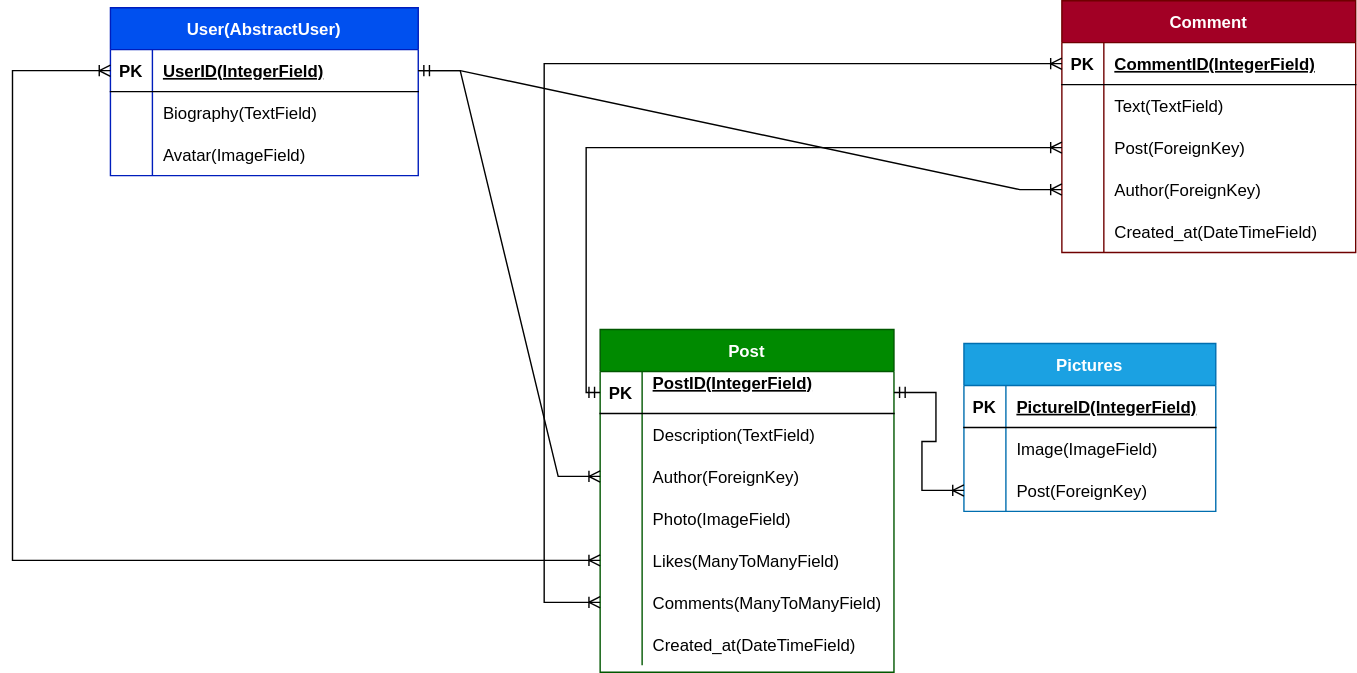
Earlier version of the draw.io export ERD.svg (viktor-bazatyn/django_image_post). Source tidied: cells renumbered, new cells last; positions are measured from the earlier drawing's top-left corner, leaving out a move shared by most shapes. Source of this version:
```xml
<mxGraphModel>
  <root>
    <mxCell id="0" />
    <mxCell id="1" parent="0" />
    <mxCell id="2" value="Post" style="shape=table;startSize=30;rowLines=0;fontStyle=1;align=center;fillColor=#008a00;fontColor=#ffffff;strokeColor=#005700;" parent="1" vertex="1">
      <mxGeometry x="420" y="235" width="210" height="245" as="geometry" />
    </mxCell>
    <mxCell id="3" style="shape=tableRow;horizontal=0;startSize=0;swimlaneHead=0;swimlaneBody=0;fillColor=none;points=[[0,0.5],[1,0.5]];portConstraint=eastwest;top=0;left=0;right=0;bottom=1;" parent="2" vertex="1">
      <mxGeometry y="30" width="210" height="30" as="geometry" />
    </mxCell>
    <mxCell id="4" value="PK" style="shape=partialRectangle;fillColor=none;top=0;left=0;bottom=0;right=0;fontStyle=1;overflow=hidden;" parent="3" vertex="1">
      <mxGeometry width="30" height="30" as="geometry" />
    </mxCell>
    <mxCell id="5" value="PostID(IntegerField)&#10;" style="shape=partialRectangle;fillColor=none;top=0;left=0;bottom=0;right=0;align=left;spacingLeft=6;fontStyle=5;overflow=hidden;" parent="3" vertex="1">
      <mxGeometry x="30" width="180" height="30" as="geometry" />
    </mxCell>
    <mxCell id="6" style="shape=tableRow;horizontal=0;startSize=0;swimlaneHead=0;swimlaneBody=0;fillColor=none;top=0;left=0;right=0;bottom=0;" parent="2" vertex="1">
      <mxGeometry y="60" width="210" height="30" as="geometry" />
    </mxCell>
    <mxCell id="7" style="shape=partialRectangle;fillColor=none;top=0;left=0;bottom=0;right=0;overflow=hidden;" parent="6" vertex="1">
      <mxGeometry width="30" height="30" as="geometry" />
    </mxCell>
    <mxCell id="8" value="Description(TextField)" style="shape=partialRectangle;fillColor=none;top=0;left=0;bottom=0;right=0;align=left;spacingLeft=6;overflow=hidden;" parent="6" vertex="1">
      <mxGeometry x="30" width="180" height="30" as="geometry" />
    </mxCell>
    <mxCell id="9" style="shape=tableRow;horizontal=0;startSize=0;swimlaneHead=0;swimlaneBody=0;fillColor=none;points=[[0,0.5],[1,0.5]];portConstraint=eastwest;top=0;left=0;right=0;bottom=0;" parent="2" vertex="1">
      <mxGeometry y="90" width="210" height="30" as="geometry" />
    </mxCell>
    <mxCell id="10" style="shape=partialRectangle;fillColor=none;top=0;left=0;bottom=0;right=0;overflow=hidden;" parent="9" vertex="1">
      <mxGeometry width="30" height="30" as="geometry" />
    </mxCell>
    <mxCell id="11" value="Author(ForeignKey)" style="shape=partialRectangle;fillColor=none;top=0;left=0;bottom=0;right=0;align=left;spacingLeft=6;overflow=hidden;" parent="9" vertex="1">
      <mxGeometry x="30" width="180" height="30" as="geometry" />
    </mxCell>
    <mxCell id="12" style="shape=tableRow;horizontal=0;startSize=0;swimlaneHead=0;swimlaneBody=0;fillColor=none;top=0;left=0;right=0;bottom=0;" parent="2" vertex="1">
      <mxGeometry y="120" width="210" height="30" as="geometry" />
    </mxCell>
    <mxCell id="13" style="shape=partialRectangle;fillColor=none;top=0;left=0;bottom=0;right=0;overflow=hidden;" parent="12" vertex="1">
      <mxGeometry width="30" height="30" as="geometry" />
    </mxCell>
    <mxCell id="14" value="Photo(ImageField)" style="shape=partialRectangle;fillColor=none;top=0;left=0;bottom=0;right=0;align=left;spacingLeft=6;overflow=hidden;" parent="12" vertex="1">
      <mxGeometry x="30" width="180" height="30" as="geometry" />
    </mxCell>
    <mxCell id="15" style="shape=tableRow;horizontal=0;startSize=0;swimlaneHead=0;swimlaneBody=0;fillColor=none;points=[[0,0.5],[1,0.5]];portConstraint=eastwest;top=0;left=0;right=0;bottom=0;" parent="2" vertex="1">
      <mxGeometry y="150" width="210" height="30" as="geometry" />
    </mxCell>
    <mxCell id="16" style="shape=partialRectangle;fillColor=none;top=0;left=0;bottom=0;right=0;overflow=hidden;" parent="15" vertex="1">
      <mxGeometry width="30" height="30" as="geometry" />
    </mxCell>
    <mxCell id="17" value="Likes(ManyToManyField)" style="shape=partialRectangle;fillColor=none;top=0;left=0;bottom=0;right=0;align=left;spacingLeft=6;overflow=hidden;" parent="15" vertex="1">
      <mxGeometry x="30" width="180" height="30" as="geometry" />
    </mxCell>
    <mxCell id="18" style="shape=tableRow;horizontal=0;startSize=0;swimlaneHead=0;swimlaneBody=0;fillColor=none;points=[[0,0.5],[1,0.5]];portConstraint=eastwest;top=0;left=0;right=0;bottom=0;" parent="2" vertex="1">
      <mxGeometry y="180" width="210" height="30" as="geometry" />
    </mxCell>
    <mxCell id="19" style="shape=partialRectangle;fillColor=none;top=0;left=0;bottom=0;right=0;overflow=hidden;" parent="18" vertex="1">
      <mxGeometry width="30" height="30" as="geometry" />
    </mxCell>
    <mxCell id="20" value="Comments(ManyToManyField)" style="shape=partialRectangle;fillColor=none;top=0;left=0;bottom=0;right=0;align=left;spacingLeft=6;overflow=hidden;" parent="18" vertex="1">
      <mxGeometry x="30" width="180" height="30" as="geometry" />
    </mxCell>
    <mxCell id="21" style="shape=tableRow;horizontal=0;startSize=0;swimlaneHead=0;swimlaneBody=0;fillColor=none;top=0;left=0;right=0;bottom=0;" parent="2" vertex="1">
      <mxGeometry y="210" width="210" height="30" as="geometry" />
    </mxCell>
    <mxCell id="22" style="shape=partialRectangle;fillColor=none;top=0;left=0;bottom=0;right=0;overflow=hidden;" parent="21" vertex="1">
      <mxGeometry width="30" height="30" as="geometry" />
    </mxCell>
    <mxCell id="23" value="Created_at(DateTimeField)" style="shape=partialRectangle;fillColor=none;top=0;left=0;bottom=0;right=0;align=left;spacingLeft=6;overflow=hidden;" parent="21" vertex="1">
      <mxGeometry x="30" width="180" height="30" as="geometry" />
    </mxCell>
    <mxCell id="24" value="Comment" style="shape=table;startSize=30;rowLines=0;fontStyle=1;align=center;fillColor=#a20025;fontColor=#ffffff;strokeColor=#6F0000;" parent="1" vertex="1">
      <mxGeometry x="750" width="210" height="180" as="geometry" />
    </mxCell>
    <mxCell id="25" style="shape=tableRow;horizontal=0;startSize=0;swimlaneHead=0;swimlaneBody=0;fillColor=none;points=[[0,0.5],[1,0.5]];portConstraint=eastwest;top=0;left=0;right=0;bottom=1;" parent="24" vertex="1">
      <mxGeometry y="30" width="210" height="30" as="geometry" />
    </mxCell>
    <mxCell id="26" value="PK" style="shape=partialRectangle;fillColor=none;top=0;left=0;bottom=0;right=0;fontStyle=1;overflow=hidden;" parent="25" vertex="1">
      <mxGeometry width="30" height="30" as="geometry" />
    </mxCell>
    <mxCell id="27" value="CommentID(IntegerField)" style="shape=partialRectangle;fillColor=none;top=0;left=0;bottom=0;right=0;align=left;spacingLeft=6;fontStyle=5;overflow=hidden;" parent="25" vertex="1">
      <mxGeometry x="30" width="180" height="30" as="geometry" />
    </mxCell>
    <mxCell id="28" style="shape=tableRow;horizontal=0;startSize=0;swimlaneHead=0;swimlaneBody=0;fillColor=none;top=0;left=0;right=0;bottom=0;" parent="24" vertex="1">
      <mxGeometry y="60" width="210" height="30" as="geometry" />
    </mxCell>
    <mxCell id="29" style="shape=partialRectangle;fillColor=none;top=0;left=0;bottom=0;right=0;overflow=hidden;" parent="28" vertex="1">
      <mxGeometry width="30" height="30" as="geometry" />
    </mxCell>
    <mxCell id="30" value="Text(TextField)" style="shape=partialRectangle;fillColor=none;top=0;left=0;bottom=0;right=0;align=left;spacingLeft=6;overflow=hidden;" parent="28" vertex="1">
      <mxGeometry x="30" width="180" height="30" as="geometry" />
    </mxCell>
    <mxCell id="31" style="shape=tableRow;horizontal=0;startSize=0;swimlaneHead=0;swimlaneBody=0;fillColor=none;points=[[0,0.5],[1,0.5]];portConstraint=eastwest;top=0;left=0;right=0;bottom=0;" parent="24" vertex="1">
      <mxGeometry y="90" width="210" height="30" as="geometry" />
    </mxCell>
    <mxCell id="32" style="shape=partialRectangle;fillColor=none;top=0;left=0;bottom=0;right=0;overflow=hidden;" parent="31" vertex="1">
      <mxGeometry width="30" height="30" as="geometry" />
    </mxCell>
    <mxCell id="33" value="Post(ForeignKey)" style="shape=partialRectangle;fillColor=none;top=0;left=0;bottom=0;right=0;align=left;spacingLeft=6;overflow=hidden;" parent="31" vertex="1">
      <mxGeometry x="30" width="180" height="30" as="geometry" />
    </mxCell>
    <mxCell id="34" style="shape=tableRow;horizontal=0;startSize=0;swimlaneHead=0;swimlaneBody=0;fillColor=none;points=[[0,0.5],[1,0.5]];portConstraint=eastwest;top=0;left=0;right=0;bottom=0;" parent="24" vertex="1">
      <mxGeometry y="120" width="210" height="30" as="geometry" />
    </mxCell>
    <mxCell id="35" style="shape=partialRectangle;fillColor=none;top=0;left=0;bottom=0;right=0;overflow=hidden;" parent="34" vertex="1">
      <mxGeometry width="30" height="30" as="geometry" />
    </mxCell>
    <mxCell id="36" value="Author(ForeignKey)" style="shape=partialRectangle;fillColor=none;top=0;left=0;bottom=0;right=0;align=left;spacingLeft=6;overflow=hidden;" parent="34" vertex="1">
      <mxGeometry x="30" width="180" height="30" as="geometry" />
    </mxCell>
    <mxCell id="37" style="shape=tableRow;horizontal=0;startSize=0;swimlaneHead=0;swimlaneBody=0;fillColor=none;top=0;left=0;right=0;bottom=0;" parent="24" vertex="1">
      <mxGeometry y="150" width="210" height="30" as="geometry" />
    </mxCell>
    <mxCell id="38" style="shape=partialRectangle;fillColor=none;top=0;left=0;bottom=0;right=0;overflow=hidden;" parent="37" vertex="1">
      <mxGeometry width="30" height="30" as="geometry" />
    </mxCell>
    <mxCell id="39" value="Created_at(DateTimeField)" style="shape=partialRectangle;fillColor=none;top=0;left=0;bottom=0;right=0;align=left;spacingLeft=6;overflow=hidden;" parent="37" vertex="1">
      <mxGeometry x="30" width="180" height="30" as="geometry" />
    </mxCell>
    <mxCell id="40" value="User(AbstractUser)" style="shape=table;startSize=30;rowLines=0;fontStyle=1;align=center;fillColor=#0050ef;fontColor=#ffffff;strokeColor=#001DBC;" parent="1" vertex="1">
      <mxGeometry x="70" y="5" width="220" height="120" as="geometry" />
    </mxCell>
    <mxCell id="41" style="shape=tableRow;horizontal=0;startSize=0;swimlaneHead=0;swimlaneBody=0;fillColor=none;points=[[0,0.5],[1,0.5]];portConstraint=eastwest;top=0;left=0;right=0;bottom=1;" parent="40" vertex="1">
      <mxGeometry y="30" width="220" height="30" as="geometry" />
    </mxCell>
    <mxCell id="42" value="PK" style="shape=partialRectangle;fillColor=none;top=0;left=0;bottom=0;right=0;fontStyle=1;overflow=hidden;" parent="41" vertex="1">
      <mxGeometry width="30" height="30" as="geometry" />
    </mxCell>
    <mxCell id="43" value="UserID(IntegerField)" style="shape=partialRectangle;fillColor=none;top=0;left=0;bottom=0;right=0;align=left;spacingLeft=6;fontStyle=5;overflow=hidden;" parent="41" vertex="1">
      <mxGeometry x="30" width="190" height="30" as="geometry" />
    </mxCell>
    <mxCell id="44" style="shape=tableRow;horizontal=0;startSize=0;swimlaneHead=0;swimlaneBody=0;fillColor=none;top=0;left=0;right=0;bottom=0;" parent="40" vertex="1">
      <mxGeometry y="60" width="220" height="30" as="geometry" />
    </mxCell>
    <mxCell id="45" style="shape=partialRectangle;fillColor=none;top=0;left=0;bottom=0;right=0;overflow=hidden;" parent="44" vertex="1">
      <mxGeometry width="30" height="30" as="geometry" />
    </mxCell>
    <mxCell id="46" value="Biography(TextField)" style="shape=partialRectangle;fillColor=none;top=0;left=0;bottom=0;right=0;align=left;spacingLeft=6;overflow=hidden;" parent="44" vertex="1">
      <mxGeometry x="30" width="190" height="30" as="geometry" />
    </mxCell>
    <mxCell id="47" style="shape=tableRow;horizontal=0;startSize=0;swimlaneHead=0;swimlaneBody=0;fillColor=none;top=0;left=0;right=0;bottom=0;" parent="40" vertex="1">
      <mxGeometry y="90" width="220" height="30" as="geometry" />
    </mxCell>
    <mxCell id="48" style="shape=partialRectangle;fillColor=none;top=0;left=0;bottom=0;right=0;overflow=hidden;" parent="47" vertex="1">
      <mxGeometry width="30" height="30" as="geometry" />
    </mxCell>
    <mxCell id="49" value="Avatar(ImageField)" style="shape=partialRectangle;fillColor=none;top=0;left=0;bottom=0;right=0;align=left;spacingLeft=6;overflow=hidden;" parent="47" vertex="1">
      <mxGeometry x="30" width="190" height="30" as="geometry" />
    </mxCell>
    <mxCell id="50" style="edgeStyle=entityRelationEdgeStyle;fontSize=12;html=1;endArrow=ERoneToMany;startArrow=ERmandOne;rounded=0;exitX=1;exitY=0.5;exitDx=0;exitDy=0;entryX=0;entryY=0.5;entryDx=0;entryDy=0;" parent="1" edge="1" source="41" target="9">
      <mxGeometry relative="1" as="geometry" />
    </mxCell>
    <mxCell id="51" style="edgeStyle=entityRelationEdgeStyle;fontSize=12;html=1;endArrow=ERoneToMany;rounded=0;entryX=0;entryY=0.5;entryDx=0;entryDy=0;exitX=1;exitY=0.5;exitDx=0;exitDy=0;" parent="1" edge="1" source="41" target="34">
      <mxGeometry relative="1" as="geometry" />
    </mxCell>
    <mxCell id="52" value="Pictures" style="shape=table;startSize=30;rowLines=0;fontStyle=1;align=center;fillColor=#1ba1e2;fontColor=#ffffff;strokeColor=#006EAF;" parent="1" vertex="1">
      <mxGeometry x="680" y="245" width="180" height="120" as="geometry" />
    </mxCell>
    <mxCell id="53" style="shape=tableRow;horizontal=0;startSize=0;swimlaneHead=0;swimlaneBody=0;fillColor=none;top=0;left=0;right=0;bottom=1;" parent="52" vertex="1">
      <mxGeometry y="30" width="180" height="30" as="geometry" />
    </mxCell>
    <mxCell id="54" value="PK" style="shape=partialRectangle;fillColor=none;top=0;left=0;bottom=0;right=0;fontStyle=1;overflow=hidden;" parent="53" vertex="1">
      <mxGeometry width="30" height="30" as="geometry" />
    </mxCell>
    <mxCell id="55" value="PictureID(IntegerField)" style="shape=partialRectangle;fillColor=none;top=0;left=0;bottom=0;right=0;align=left;spacingLeft=6;fontStyle=5;overflow=hidden;" parent="53" vertex="1">
      <mxGeometry x="30" width="150" height="30" as="geometry" />
    </mxCell>
    <mxCell id="56" style="shape=tableRow;horizontal=0;startSize=0;swimlaneHead=0;swimlaneBody=0;fillColor=none;top=0;left=0;right=0;bottom=0;" parent="52" vertex="1">
      <mxGeometry y="60" width="180" height="30" as="geometry" />
    </mxCell>
    <mxCell id="57" style="shape=partialRectangle;fillColor=none;top=0;left=0;bottom=0;right=0;overflow=hidden;" parent="56" vertex="1">
      <mxGeometry width="30" height="30" as="geometry" />
    </mxCell>
    <mxCell id="58" value="Image(ImageField)" style="shape=partialRectangle;fillColor=none;top=0;left=0;bottom=0;right=0;align=left;spacingLeft=6;overflow=hidden;" parent="56" vertex="1">
      <mxGeometry x="30" width="150" height="30" as="geometry" />
    </mxCell>
    <mxCell id="59" style="shape=tableRow;horizontal=0;startSize=0;swimlaneHead=0;swimlaneBody=0;fillColor=none;points=[[0,0.5],[1,0.5]];portConstraint=eastwest;top=0;left=0;right=0;bottom=0;" parent="52" vertex="1">
      <mxGeometry y="90" width="180" height="30" as="geometry" />
    </mxCell>
    <mxCell id="60" style="shape=partialRectangle;fillColor=none;top=0;left=0;bottom=0;right=0;overflow=hidden;" parent="59" vertex="1">
      <mxGeometry width="30" height="30" as="geometry" />
    </mxCell>
    <mxCell id="61" value="Post(ForeignKey)" style="shape=partialRectangle;fillColor=none;top=0;left=0;bottom=0;right=0;align=left;spacingLeft=6;overflow=hidden;" parent="59" vertex="1">
      <mxGeometry x="30" width="150" height="30" as="geometry" />
    </mxCell>
    <mxCell id="62" style="edgeStyle=entityRelationEdgeStyle;fontSize=12;html=1;endArrow=ERoneToMany;startArrow=ERmandOne;rounded=0;entryX=0;entryY=0.5;entryDx=0;entryDy=0;exitX=1;exitY=0.5;exitDx=0;exitDy=0;" parent="1" edge="1" source="3" target="59">
      <mxGeometry relative="1" as="geometry" />
    </mxCell>
    <mxCell id="63" style="edgeStyle=elbowEdgeStyle;fontSize=12;html=1;endArrow=ERoneToMany;startArrow=ERoneToMany;rounded=0;entryX=0;entryY=0.5;entryDx=0;entryDy=0;exitX=0;exitY=0.5;exitDx=0;exitDy=0;elbow=vertical;" parent="1" edge="1" source="25" target="18">
      <mxGeometry relative="1" as="geometry">
        <Array as="points">
          <mxPoint x="380" y="55" />
        </Array>
      </mxGeometry>
    </mxCell>
    <mxCell id="64" style="edgeStyle=elbowEdgeStyle;fontSize=12;html=1;endArrow=ERoneToMany;startArrow=ERoneToMany;rounded=0;entryX=0;entryY=0.5;entryDx=0;entryDy=0;exitX=0;exitY=0.5;exitDx=0;exitDy=0;" parent="1" edge="1" source="41" target="15">
      <mxGeometry relative="1" as="geometry">
        <Array as="points">
          <mxPoint y="225" />
        </Array>
      </mxGeometry>
    </mxCell>
    <mxCell id="65" style="edgeStyle=elbowEdgeStyle;fontSize=12;html=1;endArrow=ERoneToMany;startArrow=ERmandOne;rounded=0;elbow=vertical;entryX=0;entryY=0.5;entryDx=0;entryDy=0;exitX=0;exitY=0.5;exitDx=0;exitDy=0;" parent="1" edge="1" source="3" target="31">
      <mxGeometry relative="1" as="geometry">
        <Array as="points">
          <mxPoint x="410" y="135" />
        </Array>
      </mxGeometry>
    </mxCell>
  </root>
</mxGraphModel>
```
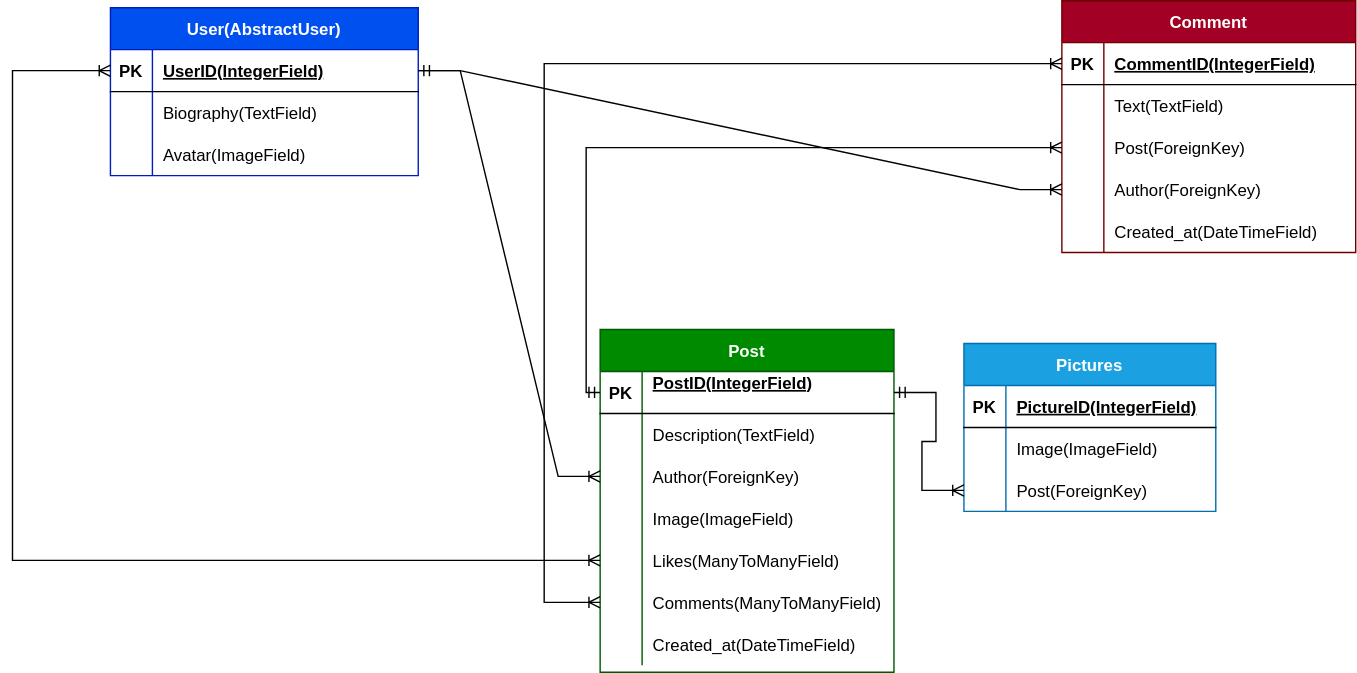
The same diagram one commit later.

Diff of the diagram source:
```diff
@@ -38,7 +38,7 @@
     <mxCell id="13" style="shape=partialRectangle;fillColor=none;top=0;left=0;bottom=0;right=0;overflow=hidden;" parent="12" vertex="1">
       <mxGeometry width="30" height="30" as="geometry" />
     </mxCell>
-    <mxCell id="14" value="Photo(ImageField)" style="shape=partialRectangle;fillColor=none;top=0;left=0;bottom=0;right=0;align=left;spacingLeft=6;overflow=hidden;" parent="12" vertex="1">
+    <mxCell id="14" value="Image(ImageField)" style="shape=partialRectangle;fillColor=none;top=0;left=0;bottom=0;right=0;align=left;spacingLeft=6;overflow=hidden;" parent="12" vertex="1">
       <mxGeometry x="30" width="180" height="30" as="geometry" />
     </mxCell>
     <mxCell id="15" style="shape=tableRow;horizontal=0;startSize=0;swimlaneHead=0;swimlaneBody=0;fillColor=none;points=[[0,0.5],[1,0.5]];portConstraint=eastwest;top=0;left=0;right=0;bottom=0;" parent="2" vertex="1">
```
